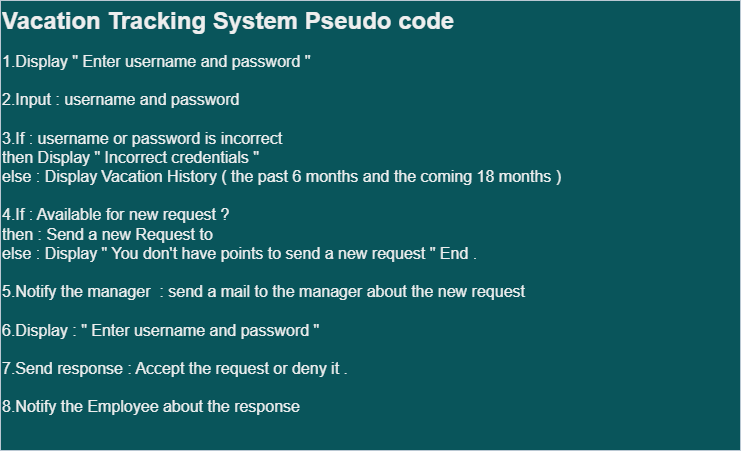
This is VTS Psudocode.drawio.png from Sokaraa/Vacation-Tracking-System-, a draw.io export, as it was before one commit. Source tidied: cells renumbered, new cells last; positions are measured from the earlier drawing's top-left corner, leaving out a move shared by most shapes.
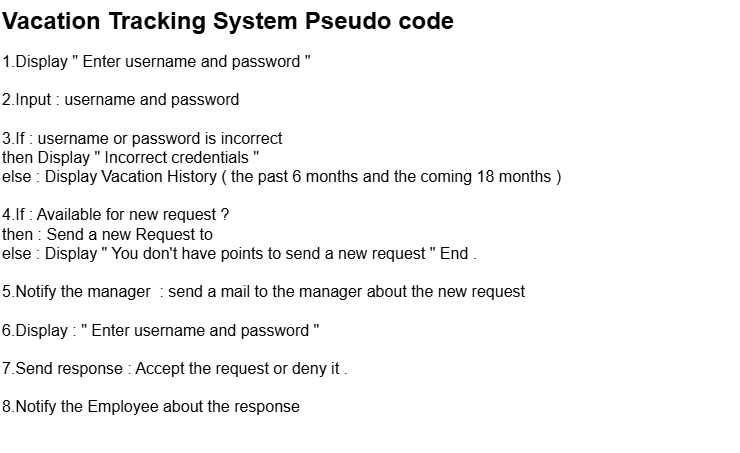
The same diagram one commit later.

Change to the diagram source:
```diff
@@ -2,7 +2,7 @@
   <root>
     <mxCell id="0" />
     <mxCell id="1" parent="0" />
-    <mxCell id="2" value="&lt;h1 style=&quot;margin-top: 0px;&quot;&gt;Vacation Tracking System Pseudo code&amp;nbsp;&lt;/h1&gt;&lt;div&gt;&lt;span style=&quot;font-size: 16px;&quot;&gt;1.Display &quot; Enter username and password &quot;&amp;nbsp;&lt;/span&gt;&lt;/div&gt;&lt;div&gt;&lt;span style=&quot;font-size: 16px;&quot;&gt;&lt;br&gt;&lt;/span&gt;&lt;/div&gt;&lt;div&gt;&lt;span style=&quot;font-size: 16px;&quot;&gt;2.Input : username and password&amp;nbsp;&lt;/span&gt;&lt;/div&gt;&lt;div&gt;&lt;span style=&quot;font-size: 16px;&quot;&gt;&lt;br&gt;&lt;/span&gt;&lt;/div&gt;&lt;div&gt;&lt;span style=&quot;font-size: 16px;&quot;&gt;3.If : username or password is incorrect&amp;nbsp;&lt;/span&gt;&lt;/div&gt;&lt;div&gt;&lt;span style=&quot;font-size: 16px;&quot;&gt;then Display &quot; Incorrect credentials &quot;&lt;/span&gt;&lt;/div&gt;&lt;div&gt;&lt;span style=&quot;font-size: 16px;&quot;&gt;else : Display Vacation History ( the past 6 months and the coming 18 months )&lt;/span&gt;&lt;/div&gt;&lt;div&gt;&lt;span style=&quot;font-size: 16px;&quot;&gt;&amp;nbsp;&lt;/span&gt;&lt;/div&gt;&lt;div&gt;&lt;span style=&quot;font-size: 16px;&quot;&gt;4.If : Available for new request ?&lt;/span&gt;&lt;/div&gt;&lt;div&gt;&lt;span style=&quot;font-size: 16px;&quot;&gt;then : Send a new Request to&amp;nbsp;&lt;/span&gt;&lt;/div&gt;&lt;div&gt;&lt;span style=&quot;font-size: 16px;&quot;&gt;else : Display &quot; You don't have points to send a new request &quot; End .&lt;/span&gt;&lt;/div&gt;&lt;div&gt;&lt;span style=&quot;font-size: 16px;&quot;&gt;&lt;br&gt;&lt;/span&gt;&lt;/div&gt;&lt;div&gt;&lt;span style=&quot;font-size: 16px;&quot;&gt;5.Notify the manager&amp;nbsp; : send a mail to the manager about the new request&amp;nbsp;&lt;/span&gt;&lt;/div&gt;&lt;div&gt;&lt;span style=&quot;font-size: 16px;&quot;&gt;&lt;br&gt;&lt;/span&gt;&lt;/div&gt;&lt;div&gt;&lt;span style=&quot;font-size: 16px;&quot;&gt;6.Display : &quot; Enter username and password &quot;&amp;nbsp;&lt;/span&gt;&lt;/div&gt;&lt;div&gt;&lt;span style=&quot;font-size: 16px;&quot;&gt;&lt;br&gt;&lt;/span&gt;&lt;/div&gt;&lt;div&gt;&lt;span style=&quot;font-size: 16px;&quot;&gt;7.Send response : Accept the request or deny it .&lt;/span&gt;&lt;/div&gt;&lt;div&gt;&lt;span style=&quot;font-size: 16px;&quot;&gt;&lt;br&gt;&lt;/span&gt;&lt;/div&gt;&lt;div&gt;&lt;span style=&quot;font-size: 16px;&quot;&gt;8.Notify the Employee about the response&amp;nbsp;&lt;/span&gt;&lt;/div&gt;&lt;div&gt;&lt;br&gt;&lt;/div&gt;" style="text;html=1;whiteSpace=wrap;overflow=hidden;rounded=0;fillColor=#09555B;fontColor=#EEEEEE;strokeColor=#BAC8D3;labelBackgroundColor=none;" parent="1" vertex="1">
+    <mxCell id="2" value="&lt;h1 style=&quot;margin-top: 0px;&quot;&gt;Vacation Tracking System Pseudo code&amp;nbsp;&lt;/h1&gt;&lt;div&gt;&lt;span style=&quot;font-size: 16px;&quot;&gt;1.Display &quot; Enter username and password &quot;&amp;nbsp;&lt;/span&gt;&lt;/div&gt;&lt;div&gt;&lt;span style=&quot;font-size: 16px;&quot;&gt;&lt;br&gt;&lt;/span&gt;&lt;/div&gt;&lt;div&gt;&lt;span style=&quot;font-size: 16px;&quot;&gt;2.Input : username and password&amp;nbsp;&lt;/span&gt;&lt;/div&gt;&lt;div&gt;&lt;span style=&quot;font-size: 16px;&quot;&gt;&lt;br&gt;&lt;/span&gt;&lt;/div&gt;&lt;div&gt;&lt;span style=&quot;font-size: 16px;&quot;&gt;3.If : username or password is incorrect&amp;nbsp;&lt;/span&gt;&lt;/div&gt;&lt;div&gt;&lt;span style=&quot;font-size: 16px;&quot;&gt;then Display &quot; Incorrect credentials &quot;&lt;/span&gt;&lt;/div&gt;&lt;div&gt;&lt;span style=&quot;font-size: 16px;&quot;&gt;else : Display Vacation History ( the past 6 months and the coming 18 months )&lt;/span&gt;&lt;/div&gt;&lt;div&gt;&lt;span style=&quot;font-size: 16px;&quot;&gt;&amp;nbsp;&lt;/span&gt;&lt;/div&gt;&lt;div&gt;&lt;span style=&quot;font-size: 16px;&quot;&gt;4.If : Available for new request ?&lt;/span&gt;&lt;/div&gt;&lt;div&gt;&lt;span style=&quot;font-size: 16px;&quot;&gt;then : Send a new Request to&amp;nbsp;&lt;/span&gt;&lt;/div&gt;&lt;div&gt;&lt;span style=&quot;font-size: 16px;&quot;&gt;else : Display &quot; You don't have points to send a new request &quot; End .&lt;/span&gt;&lt;/div&gt;&lt;div&gt;&lt;span style=&quot;font-size: 16px;&quot;&gt;&lt;br&gt;&lt;/span&gt;&lt;/div&gt;&lt;div&gt;&lt;span style=&quot;font-size: 16px;&quot;&gt;5.Notify the manager&amp;nbsp; : send a mail to the manager about the new request&amp;nbsp;&lt;/span&gt;&lt;/div&gt;&lt;div&gt;&lt;span style=&quot;font-size: 16px;&quot;&gt;&lt;br&gt;&lt;/span&gt;&lt;/div&gt;&lt;div&gt;&lt;span style=&quot;font-size: 16px;&quot;&gt;6.Display : &quot; Enter username and password &quot;&amp;nbsp;&lt;/span&gt;&lt;/div&gt;&lt;div&gt;&lt;span style=&quot;font-size: 16px;&quot;&gt;&lt;br&gt;&lt;/span&gt;&lt;/div&gt;&lt;div&gt;&lt;span style=&quot;font-size: 16px;&quot;&gt;7.Send response : Accept the request or deny it .&lt;/span&gt;&lt;/div&gt;&lt;div&gt;&lt;span style=&quot;font-size: 16px;&quot;&gt;&lt;br&gt;&lt;/span&gt;&lt;/div&gt;&lt;div&gt;&lt;span style=&quot;font-size: 16px;&quot;&gt;8.Notify the Employee about the response&amp;nbsp;&lt;/span&gt;&lt;/div&gt;&lt;div&gt;&lt;br&gt;&lt;/div&gt;" style="text;html=1;whiteSpace=wrap;overflow=hidden;rounded=0;labelBackgroundColor=none;fontColor=light-dark(#000000,#0000CC);" parent="1" vertex="1">
       <mxGeometry width="740" height="450" as="geometry" />
     </mxCell>
   </root>
```
